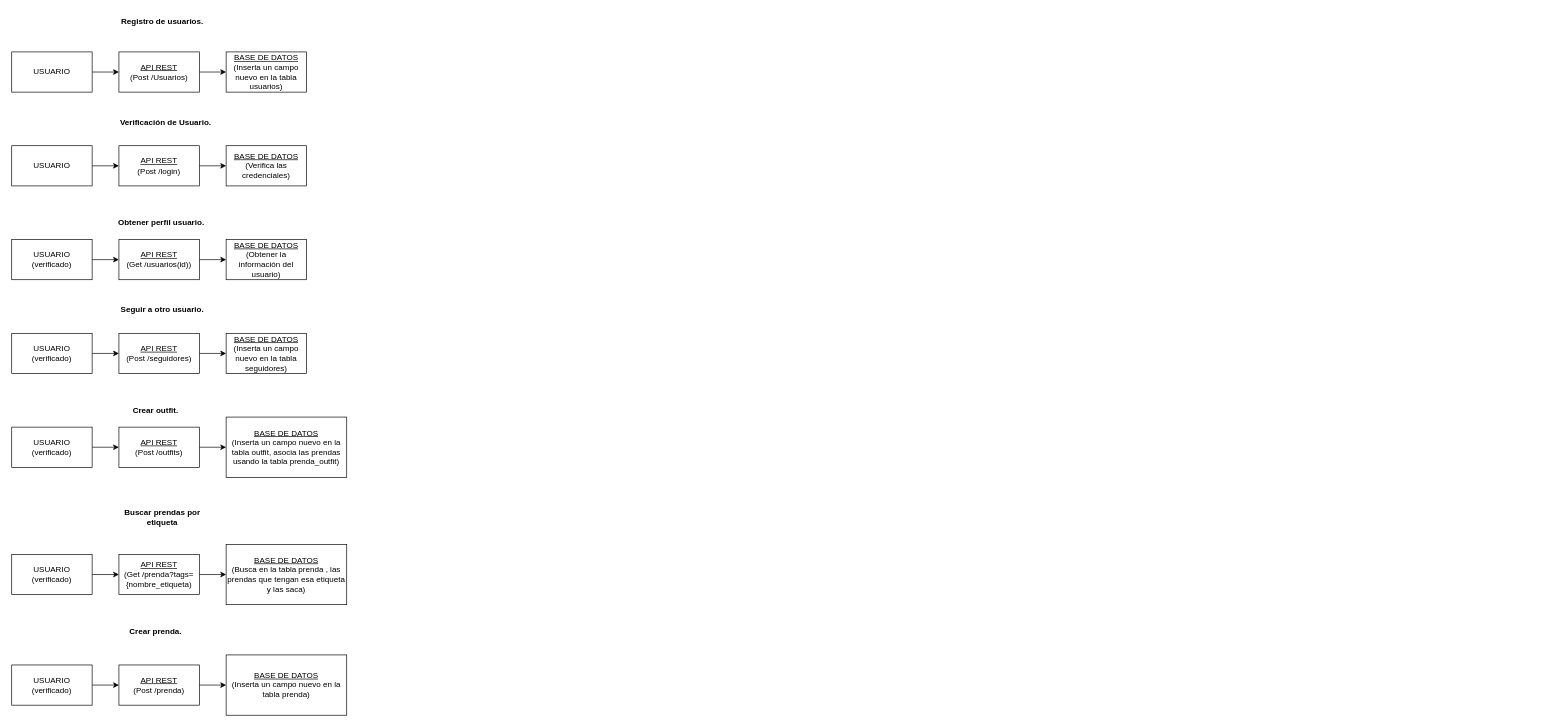
The draw.io diagram Casos-de-uso.drawio in Chettyninho/ClosetLogic, before the edit. Source tidied: cells renumbered, new cells numbered last; positions are measured from the earlier drawing's top-left corner, leaving out a move shared by most shapes. Both pictures are drawn from the tidied source at 67%, with x=0, y=0 at pixel (11, 11).
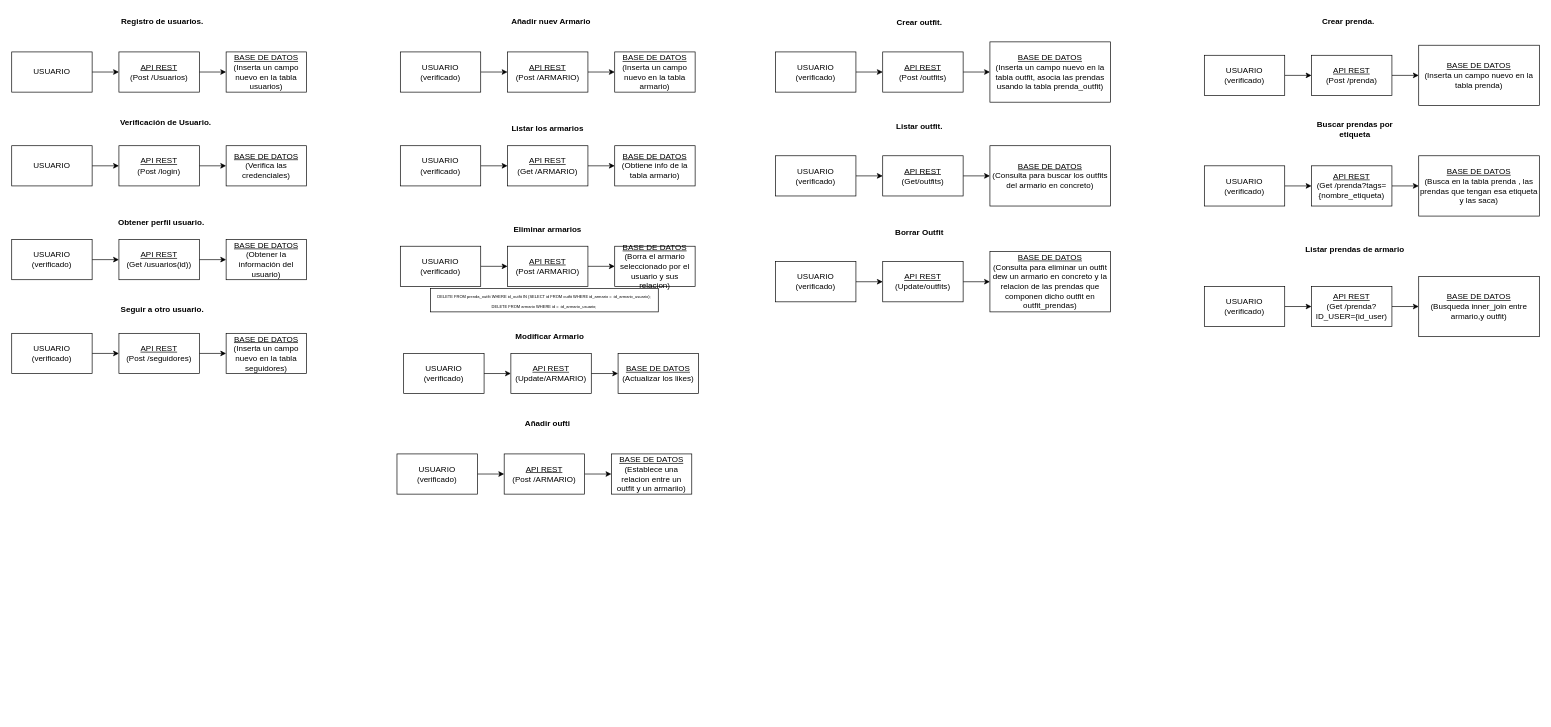
After the change.

Commit message (it also covers changes not shown here):
Añadidos casos de uso echarle un vistazo por si acaso se os ocurre algo

Diff of the diagram source:
```diff
@@
-    <mxCell id="26" value="&lt;b&gt;Crear outfit.&lt;/b&gt;" style="text;html=1;strokeColor=none;fillColor=none;align=center;verticalAlign=middle;whiteSpace=wrap;rounded=0;" parent="1" vertex="1">
-      <mxGeometry x="140" y="580" width="150" height="30" as="geometry" />
-    </mxCell>
-    <mxCell id="27" style="edgeStyle=orthogonalEdgeStyle;rounded=0;jettySize=auto;html=1;entryX=0;entryY=0.5;entryDx=0;entryDy=0;" parent="1" edge="1" source="28" target="30">
-      <mxGeometry relative="1" as="geometry" />
-    </mxCell>
-    <mxCell id="28" value="USUARIO&lt;br&gt;(verificado)" style="rounded=0;whiteSpace=wrap;html=1;" parent="1" vertex="1">
-      <mxGeometry y="620" width="120" height="60" as="geometry" />
-    </mxCell>
-    <mxCell id="29" style="edgeStyle=orthogonalEdgeStyle;rounded=0;jettySize=auto;html=1;entryX=0;entryY=0.5;entryDx=0;entryDy=0;" parent="1" edge="1" source="30" target="31">
-      <mxGeometry relative="1" as="geometry" />
-    </mxCell>
-    <mxCell id="30" value="&lt;u&gt;API REST&lt;/u&gt;&lt;br&gt;(Post /outfits)" style="rounded=0;whiteSpace=wrap;html=1;" parent="1" vertex="1">
-      <mxGeometry x="160" y="620" width="120" height="60" as="geometry" />
-    </mxCell>
-    <mxCell id="31" value="&lt;u&gt;BASE DE DATOS&lt;/u&gt;&lt;br&gt;(Inserta un campo nuevo en la tabla outfit, asocia las prendas usando la tabla prenda_outfit)" style="rounded=0;whiteSpace=wrap;html=1;" parent="1" vertex="1">
-      <mxGeometry x="320" y="605" width="180" height="90" as="geometry" />
-    </mxCell>
     <mxCell id="32" value="&lt;b&gt;Buscar prendas por etiqueta&lt;/b&gt;" style="text;html=1;strokeColor=none;fillColor=none;align=center;verticalAlign=middle;whiteSpace=wrap;rounded=0;" parent="1" vertex="1">
-      <mxGeometry x="150" y="740" width="150" height="30" as="geometry" />
+      <mxGeometry x="1930" y="160" width="150" height="30" as="geometry" />
     </mxCell>
@@
     <mxCell id="34" value="USUARIO&lt;br&gt;(verificado)" style="rounded=0;whiteSpace=wrap;html=1;" parent="1" vertex="1">
-      <mxGeometry y="810" width="120" height="60" as="geometry" />
+      <mxGeometry x="1780" y="230" width="120" height="60" as="geometry" />
     </mxCell>
@@
     <mxCell id="36" value="&lt;u&gt;API REST&lt;/u&gt;&lt;br&gt;(Get /prenda?tags={nombre_etiqueta)" style="rounded=0;whiteSpace=wrap;html=1;" parent="1" vertex="1">
-      <mxGeometry x="160" y="810" width="120" height="60" as="geometry" />
+      <mxGeometry x="1940" y="230" width="120" height="60" as="geometry" />
     </mxCell>
     <mxCell id="37" value="&lt;u&gt;BASE DE DATOS&lt;/u&gt;&lt;br&gt;(Busca en la tabla prenda , las prendas que tengan esa etiqueta y las saca)" style="rounded=0;whiteSpace=wrap;html=1;" parent="1" vertex="1">
-      <mxGeometry x="320" y="795" width="180" height="90" as="geometry" />
+      <mxGeometry x="2100" y="215" width="180" height="90" as="geometry" />
     </mxCell>
     <mxCell id="38" value="&lt;b&gt;Crear prenda.&lt;/b&gt;" style="text;html=1;strokeColor=none;fillColor=none;align=center;verticalAlign=middle;whiteSpace=wrap;rounded=0;" parent="1" vertex="1">
-      <mxGeometry x="140" y="910" width="150" height="30" as="geometry" />
+      <mxGeometry x="1920" width="150" height="30" as="geometry" />
     </mxCell>
@@
     <mxCell id="40" value="USUARIO&lt;br&gt;(verificado)" style="rounded=0;whiteSpace=wrap;html=1;" parent="1" vertex="1">
-      <mxGeometry y="975" width="120" height="60" as="geometry" />
+      <mxGeometry x="1780" y="65" width="120" height="60" as="geometry" />
     </mxCell>
@@
     <mxCell id="42" value="&lt;u&gt;API REST&lt;/u&gt;&lt;br&gt;(Post /prenda)" style="rounded=0;whiteSpace=wrap;html=1;" parent="1" vertex="1">
-      <mxGeometry x="160" y="975" width="120" height="60" as="geometry" />
+      <mxGeometry x="1940" y="65" width="120" height="60" as="geometry" />
     </mxCell>
     <mxCell id="43" value="&lt;u&gt;BASE DE DATOS&lt;/u&gt;&lt;br&gt;(Inserta un campo nuevo en la tabla prenda)" style="rounded=0;whiteSpace=wrap;html=1;" parent="1" vertex="1">
-      <mxGeometry x="320" y="960" width="180" height="90" as="geometry" />
+      <mxGeometry x="2100" y="50" width="180" height="90" as="geometry" />
     </mxCell>
+    <mxCell id="44" style="edgeStyle=orthogonalEdgeStyle;rounded=0;jettySize=auto;html=1;entryX=0;entryY=0.5;entryDx=0;entryDy=0;" parent="1" edge="1" source="45" target="47">
+      <mxGeometry relative="1" as="geometry" />
+    </mxCell>
+    <mxCell id="45" value="USUARIO&lt;br style=&quot;border-color: var(--border-color);&quot;&gt;(verificado)" style="rounded=0;whiteSpace=wrap;html=1;" parent="1" vertex="1">
+      <mxGeometry x="580" y="60" width="120" height="60" as="geometry" />
+    </mxCell>
+    <mxCell id="46" style="edgeStyle=orthogonalEdgeStyle;rounded=0;jettySize=auto;html=1;entryX=0;entryY=0.5;entryDx=0;entryDy=0;" parent="1" edge="1" source="47" target="48">
+      <mxGeometry relative="1" as="geometry" />
+    </mxCell>
+    <mxCell id="47" value="&lt;u&gt;API REST&lt;/u&gt;&lt;br&gt;(Post /ARMARIO)" style="rounded=0;whiteSpace=wrap;html=1;" parent="1" vertex="1">
+      <mxGeometry x="740" y="60" width="120" height="60" as="geometry" />
+    </mxCell>
+    <mxCell id="48" value="&lt;u&gt;BASE DE DATOS&lt;/u&gt;&lt;br&gt;(Inserta un campo nuevo en la tabla armario)" style="rounded=0;whiteSpace=wrap;html=1;" parent="1" vertex="1">
+      <mxGeometry x="900" y="60" width="120" height="60" as="geometry" />
+    </mxCell>
+    <mxCell id="49" style="edgeStyle=orthogonalEdgeStyle;rounded=0;jettySize=auto;html=1;entryX=0;entryY=0.5;entryDx=0;entryDy=0;" parent="1" edge="1" source="50" target="52">
+      <mxGeometry relative="1" as="geometry" />
+    </mxCell>
+    <mxCell id="50" value="USUARIO&lt;br style=&quot;border-color: var(--border-color);&quot;&gt;(verificado)" style="rounded=0;whiteSpace=wrap;html=1;" parent="1" vertex="1">
+      <mxGeometry x="580" y="200" width="120" height="60" as="geometry" />
+    </mxCell>
+    <mxCell id="51" style="edgeStyle=orthogonalEdgeStyle;rounded=0;jettySize=auto;html=1;entryX=0;entryY=0.5;entryDx=0;entryDy=0;" parent="1" edge="1" source="52" target="53">
+      <mxGeometry relative="1" as="geometry" />
+    </mxCell>
+    <mxCell id="52" value="&lt;u&gt;API REST&lt;/u&gt;&lt;br&gt;(Get&amp;nbsp;/ARMARIO)" style="rounded=0;whiteSpace=wrap;html=1;" parent="1" vertex="1">
+      <mxGeometry x="740" y="200" width="120" height="60" as="geometry" />
+    </mxCell>
+    <mxCell id="53" value="&lt;u&gt;BASE DE DATOS&lt;/u&gt;&lt;br&gt;(Obtiene info de la tabla armario)" style="rounded=0;whiteSpace=wrap;html=1;" parent="1" vertex="1">
+      <mxGeometry x="900" y="200" width="120" height="60" as="geometry" />
+    </mxCell>
+    <mxCell id="54" value="&lt;b&gt;Añadir nuev Armario&lt;/b&gt;" style="text;html=1;strokeColor=none;fillColor=none;align=center;verticalAlign=middle;whiteSpace=wrap;rounded=0;" parent="1" vertex="1">
+      <mxGeometry x="740" width="130" height="30" as="geometry" />
+    </mxCell>
+    <mxCell id="55" value="&lt;b&gt;Listar los armarios&lt;/b&gt;" style="text;html=1;strokeColor=none;fillColor=none;align=center;verticalAlign=middle;whiteSpace=wrap;rounded=0;" parent="1" vertex="1">
+      <mxGeometry x="725" y="160" width="150" height="30" as="geometry" />
+    </mxCell>
+    <mxCell id="26" value="&lt;b&gt;Crear outfit.&lt;/b&gt;" style="text;html=1;strokeColor=none;fillColor=none;align=center;verticalAlign=middle;whiteSpace=wrap;rounded=0;" parent="1" vertex="1">
+      <mxGeometry x="1280" y="1" width="150" height="30" as="geometry" />
+    </mxCell>
+    <mxCell id="56" style="edgeStyle=orthogonalEdgeStyle;rounded=0;jettySize=auto;html=1;entryX=0;entryY=0.5;entryDx=0;entryDy=0;" parent="1" edge="1" source="57" target="30">
+      <mxGeometry relative="1" as="geometry" />
+    </mxCell>
+    <mxCell id="57" value="USUARIO&lt;br&gt;(verificado)" style="rounded=0;whiteSpace=wrap;html=1;" parent="1" vertex="1">
+      <mxGeometry x="1140" y="60" width="120" height="60" as="geometry" />
+    </mxCell>
+    <mxCell id="29" style="edgeStyle=orthogonalEdgeStyle;rounded=0;jettySize=auto;html=1;entryX=0;entryY=0.5;entryDx=0;entryDy=0;" parent="1" edge="1" source="30" target="31">
+      <mxGeometry relative="1" as="geometry" />
+    </mxCell>
+    <mxCell id="30" value="&lt;u&gt;API REST&lt;/u&gt;&lt;br&gt;(Post /outfits)" style="rounded=0;whiteSpace=wrap;html=1;" parent="1" vertex="1">
+      <mxGeometry x="1300" y="60" width="120" height="60" as="geometry" />
+    </mxCell>
+    <mxCell id="31" value="&lt;u&gt;BASE DE DATOS&lt;/u&gt;&lt;br&gt;(Inserta un campo nuevo en la tabla outfit, asocia las prendas usando la tabla prenda_outfit)" style="rounded=0;whiteSpace=wrap;html=1;" parent="1" vertex="1">
+      <mxGeometry x="1460" y="45" width="180" height="90" as="geometry" />
+    </mxCell>
+    <mxCell id="58" value="&lt;b&gt;Listar outfit.&lt;/b&gt;" style="text;html=1;strokeColor=none;fillColor=none;align=center;verticalAlign=middle;whiteSpace=wrap;rounded=0;" parent="1" vertex="1">
+      <mxGeometry x="1280" y="156" width="150" height="30" as="geometry" />
+    </mxCell>
+    <mxCell id="59" style="edgeStyle=orthogonalEdgeStyle;rounded=0;jettySize=auto;html=1;entryX=0;entryY=0.5;entryDx=0;entryDy=0;" parent="1" edge="1" source="60" target="62">
+      <mxGeometry relative="1" as="geometry" />
+    </mxCell>
+    <mxCell id="60" value="USUARIO&lt;br&gt;(verificado)" style="rounded=0;whiteSpace=wrap;html=1;" parent="1" vertex="1">
+      <mxGeometry x="1140" y="215" width="120" height="60" as="geometry" />
+    </mxCell>
+    <mxCell id="61" style="edgeStyle=orthogonalEdgeStyle;rounded=0;jettySize=auto;html=1;entryX=0;entryY=0.5;entryDx=0;entryDy=0;" parent="1" edge="1" source="62" target="63">
+      <mxGeometry relative="1" as="geometry" />
+    </mxCell>
+    <mxCell id="62" value="&lt;u&gt;API REST&lt;/u&gt;&lt;br&gt;(Get/outfits)" style="rounded=0;whiteSpace=wrap;html=1;" parent="1" vertex="1">
+      <mxGeometry x="1300" y="215" width="120" height="60" as="geometry" />
+    </mxCell>
+    <mxCell id="63" value="&lt;u&gt;BASE DE DATOS&lt;/u&gt;&lt;br&gt;(Consulta para buscar los outfits del armario en concreto)" style="rounded=0;whiteSpace=wrap;html=1;" parent="1" vertex="1">
+      <mxGeometry x="1460" y="200" width="180" height="90" as="geometry" />
+    </mxCell>
+    <mxCell id="64" value="&lt;b&gt;Listar prendas de armario&lt;/b&gt;" style="text;html=1;strokeColor=none;fillColor=none;align=center;verticalAlign=middle;whiteSpace=wrap;rounded=0;" parent="1" vertex="1">
+      <mxGeometry x="1930" y="340" width="150" height="30" as="geometry" />
+    </mxCell>
+    <mxCell id="65" style="edgeStyle=orthogonalEdgeStyle;rounded=0;jettySize=auto;html=1;entryX=0;entryY=0.5;entryDx=0;entryDy=0;" parent="1" edge="1" source="66" target="68">
+      <mxGeometry relative="1" as="geometry" />
+    </mxCell>
+    <mxCell id="66" value="USUARIO&lt;br&gt;(verificado)" style="rounded=0;whiteSpace=wrap;html=1;" parent="1" vertex="1">
+      <mxGeometry x="1780" y="410" width="120" height="60" as="geometry" />
+    </mxCell>
+    <mxCell id="67" style="edgeStyle=orthogonalEdgeStyle;rounded=0;jettySize=auto;html=1;entryX=0;entryY=0.5;entryDx=0;entryDy=0;" parent="1" edge="1" source="68" target="69">
+      <mxGeometry relative="1" as="geometry" />
+    </mxCell>
+    <mxCell id="68" value="&lt;u&gt;API REST&lt;/u&gt;&lt;br&gt;(Get /prenda?ID_USER={id_user)" style="rounded=0;whiteSpace=wrap;html=1;" parent="1" vertex="1">
+      <mxGeometry x="1940" y="410" width="120" height="60" as="geometry" />
+    </mxCell>
+    <mxCell id="69" value="&lt;u&gt;BASE DE DATOS&lt;/u&gt;&lt;br&gt;(Busqueda inner_join entre armario,y outfit)" style="rounded=0;whiteSpace=wrap;html=1;" parent="1" vertex="1">
+      <mxGeometry x="2100" y="395" width="180" height="90" as="geometry" />
+    </mxCell>
+    <mxCell id="70" style="edgeStyle=orthogonalEdgeStyle;rounded=0;jettySize=auto;html=1;entryX=0;entryY=0.5;entryDx=0;entryDy=0;" parent="1" edge="1" source="71" target="73">
+      <mxGeometry relative="1" as="geometry" />
+    </mxCell>
+    <mxCell id="71" value="USUARIO&lt;br style=&quot;border-color: var(--border-color);&quot;&gt;(verificado)" style="rounded=0;whiteSpace=wrap;html=1;" parent="1" vertex="1">
+      <mxGeometry x="580" y="350" width="120" height="60" as="geometry" />
+    </mxCell>
+    <mxCell id="72" style="edgeStyle=orthogonalEdgeStyle;rounded=0;jettySize=auto;html=1;entryX=0;entryY=0.5;entryDx=0;entryDy=0;" parent="1" edge="1" source="73" target="74">
+      <mxGeometry relative="1" as="geometry" />
+    </mxCell>
+    <mxCell id="73" value="&lt;u&gt;API REST&lt;/u&gt;&lt;br&gt;(Post /ARMARIO)" style="rounded=0;whiteSpace=wrap;html=1;" parent="1" vertex="1">
+      <mxGeometry x="740" y="350" width="120" height="60" as="geometry" />
+    </mxCell>
+    <mxCell id="74" value="&lt;u&gt;BASE DE DATOS&lt;/u&gt;&lt;br&gt;(Borra el armario seleccionado por el usuario y sus relacion)" style="rounded=0;whiteSpace=wrap;html=1;" parent="1" vertex="1">
+      <mxGeometry x="900" y="350" width="120" height="60" as="geometry" />
+    </mxCell>
+    <mxCell id="75" value="&lt;b&gt;Eliminar armarios&lt;/b&gt;" style="text;html=1;strokeColor=none;fillColor=none;align=center;verticalAlign=middle;whiteSpace=wrap;rounded=0;" parent="1" vertex="1">
+      <mxGeometry x="725" y="310" width="150" height="30" as="geometry" />
+    </mxCell>
+    <mxCell id="76" value="&lt;div&gt;&lt;font style=&quot;font-size: 6px;&quot;&gt;DELETE FROM prenda_outfit WHERE id_outfit IN (SELECT id FROM outfit WHERE id_armario = :id_armario_usuario);&lt;/font&gt;&lt;/div&gt;&lt;div&gt;&lt;div&gt;&lt;font style=&quot;font-size: 6px;&quot;&gt;DELETE FROM armario WHERE id = :id_armario_usuario;&lt;/font&gt;&lt;/div&gt;&lt;/div&gt;" style="whiteSpace=wrap;html=1;" parent="1" vertex="1">
+      <mxGeometry x="625" y="413" width="340" height="35" as="geometry" />
+    </mxCell>
+    <mxCell id="77" style="edgeStyle=orthogonalEdgeStyle;rounded=0;jettySize=auto;html=1;entryX=0;entryY=0.5;entryDx=0;entryDy=0;" parent="1" edge="1" source="78" target="80">
+      <mxGeometry relative="1" as="geometry" />
+    </mxCell>
+    <mxCell id="78" value="USUARIO&lt;br style=&quot;border-color: var(--border-color);&quot;&gt;(verificado)" style="rounded=0;whiteSpace=wrap;html=1;" parent="1" vertex="1">
+      <mxGeometry x="585" y="510" width="120" height="60" as="geometry" />
+    </mxCell>
+    <mxCell id="79" style="edgeStyle=orthogonalEdgeStyle;rounded=0;jettySize=auto;html=1;entryX=0;entryY=0.5;entryDx=0;entryDy=0;" parent="1" edge="1" source="80" target="81">
+      <mxGeometry relative="1" as="geometry" />
+    </mxCell>
+    <mxCell id="80" value="&lt;u&gt;API REST&lt;/u&gt;&lt;br&gt;(Update/ARMARIO)" style="rounded=0;whiteSpace=wrap;html=1;" parent="1" vertex="1">
+      <mxGeometry x="745" y="510" width="120" height="60" as="geometry" />
+    </mxCell>
+    <mxCell id="81" value="&lt;u&gt;BASE DE DATOS&lt;/u&gt;&lt;br&gt;(Actualizar los likes)" style="rounded=0;whiteSpace=wrap;html=1;" parent="1" vertex="1">
+      <mxGeometry x="905" y="510" width="120" height="60" as="geometry" />
+    </mxCell>
+    <mxCell id="82" value="&lt;b&gt;Modificar Armario&amp;nbsp;&lt;/b&gt;" style="text;html=1;strokeColor=none;fillColor=none;align=center;verticalAlign=middle;whiteSpace=wrap;rounded=0;" parent="1" vertex="1">
+      <mxGeometry x="730" y="470" width="150" height="30" as="geometry" />
+    </mxCell>
+    <mxCell id="83" value="&lt;b&gt;Borrar Outfit&lt;/b&gt;" style="text;html=1;strokeColor=none;fillColor=none;align=center;verticalAlign=middle;whiteSpace=wrap;rounded=0;" parent="1" vertex="1">
+      <mxGeometry x="1280" y="314" width="150" height="30" as="geometry" />
+    </mxCell>
+    <mxCell id="84" style="edgeStyle=orthogonalEdgeStyle;rounded=0;jettySize=auto;html=1;entryX=0;entryY=0.5;entryDx=0;entryDy=0;" parent="1" edge="1" source="85" target="87">
+      <mxGeometry relative="1" as="geometry" />
+    </mxCell>
+    <mxCell id="85" value="USUARIO&lt;br&gt;(verificado)" style="rounded=0;whiteSpace=wrap;html=1;" parent="1" vertex="1">
+      <mxGeometry x="1140" y="373" width="120" height="60" as="geometry" />
+    </mxCell>
+    <mxCell id="86" style="edgeStyle=orthogonalEdgeStyle;rounded=0;jettySize=auto;html=1;entryX=0;entryY=0.5;entryDx=0;entryDy=0;" parent="1" edge="1" source="87" target="88">
+      <mxGeometry relative="1" as="geometry" />
+    </mxCell>
+    <mxCell id="87" value="&lt;u&gt;API REST&lt;/u&gt;&lt;br&gt;(Update/outfits)" style="rounded=0;whiteSpace=wrap;html=1;" parent="1" vertex="1">
+      <mxGeometry x="1300" y="373" width="120" height="60" as="geometry" />
+    </mxCell>
+    <mxCell id="88" value="&lt;u&gt;BASE DE DATOS&lt;/u&gt;&lt;br&gt;(Consulta para eliminar un outfit dew un armario en concreto y la relacion de las prendas que componen dicho outfit en outfit_prendas)" style="rounded=0;whiteSpace=wrap;html=1;" parent="1" vertex="1">
+      <mxGeometry x="1460" y="358" width="180" height="90" as="geometry" />
+    </mxCell>
+    <mxCell id="89" style="edgeStyle=orthogonalEdgeStyle;rounded=0;jettySize=auto;html=1;entryX=0;entryY=0.5;entryDx=0;entryDy=0;" parent="1" edge="1" source="90" target="92">
+      <mxGeometry relative="1" as="geometry" />
+    </mxCell>
+    <mxCell id="90" value="USUARIO&lt;br style=&quot;border-color: var(--border-color);&quot;&gt;(verificado)" style="rounded=0;whiteSpace=wrap;html=1;" parent="1" vertex="1">
+      <mxGeometry x="575" y="660" width="120" height="60" as="geometry" />
+    </mxCell>
+    <mxCell id="91" style="edgeStyle=orthogonalEdgeStyle;rounded=0;jettySize=auto;html=1;entryX=0;entryY=0.5;entryDx=0;entryDy=0;" parent="1" edge="1" source="92" target="93">
+      <mxGeometry relative="1" as="geometry" />
+    </mxCell>
+    <mxCell id="92" value="&lt;u&gt;API REST&lt;/u&gt;&lt;br&gt;(Post /ARMARIO)" style="rounded=0;whiteSpace=wrap;html=1;" parent="1" vertex="1">
+      <mxGeometry x="735" y="660" width="120" height="60" as="geometry" />
+    </mxCell>
+    <mxCell id="93" value="&lt;u&gt;BASE DE DATOS&lt;/u&gt;&lt;br&gt;(Establece una relacion entre un outfit y un armariio)" style="rounded=0;whiteSpace=wrap;html=1;" parent="1" vertex="1">
+      <mxGeometry x="895" y="660" width="120" height="60" as="geometry" />
+    </mxCell>
+    <mxCell id="94" value="&lt;b&gt;Añadir oufti&lt;/b&gt;" style="text;html=1;strokeColor=none;fillColor=none;align=center;verticalAlign=middle;whiteSpace=wrap;rounded=0;" parent="1" vertex="1">
+      <mxGeometry x="735" y="600" width="130" height="30" as="geometry" />
+    </mxCell>
```
